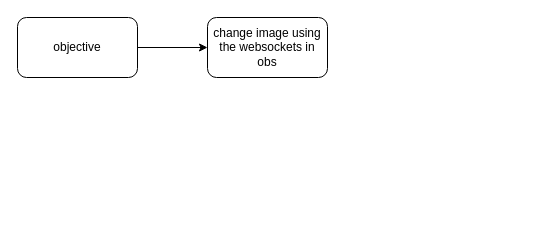
rifaterdemsahin/webSocketsObs keeps this draw.io diagram as 1_Journey/1.3.1_journey.drawio. Above is the earlier version. Source tidied: cells renumbered, new cells numbered last; positions are measured from the earlier drawing's top-left corner, leaving out a move shared by most shapes. Both pictures are drawn from the tidied source at 100%, with x=0, y=0 at pixel (17, 17).
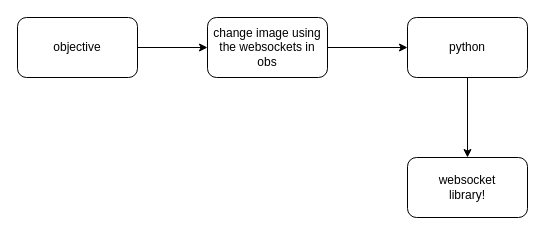
Above is the later version.

Commit message (it also covers changes not shown here):
update journey diagram to include websocket library and python integration; add new video file

The edit, as a diff of the source:
```diff
@@
 <mxGraphModel>
   <root>
     <mxCell id="0" />
     <mxCell id="1" parent="0" />
     <mxCell id="2" style="edgeStyle=none;html=1;entryX=0;entryY=0.5;entryDx=0;entryDy=0;" parent="1" edge="1" source="3" target="4">
       <mxGeometry relative="1" as="geometry" />
     </mxCell>
     <mxCell id="3" value="objective" style="rounded=1;whiteSpace=wrap;html=1;" parent="1" vertex="1">
       <mxGeometry width="120" height="60" as="geometry" />
     </mxCell>
+    <mxCell id="5" style="edgeStyle=none;html=1;" parent="1" edge="1" source="4" target="7">
+      <mxGeometry relative="1" as="geometry" />
+    </mxCell>
     <mxCell id="4" value="change image using the websockets in obs" style="rounded=1;whiteSpace=wrap;html=1;" parent="1" vertex="1">
       <mxGeometry x="190" width="120" height="60" as="geometry" />
     </mxCell>
+    <mxCell id="6" style="edgeStyle=none;html=1;" parent="1" edge="1" source="7" target="8">
+      <mxGeometry relative="1" as="geometry" />
+    </mxCell>
+    <mxCell id="7" value="python" style="whiteSpace=wrap;html=1;rounded=1;" parent="1" vertex="1">
+      <mxGeometry x="390" width="120" height="60" as="geometry" />
+    </mxCell>
+    <mxCell id="8" value="websocket&lt;br&gt;library!" style="whiteSpace=wrap;html=1;rounded=1;" parent="1" vertex="1">
+      <mxGeometry x="390" y="140" width="120" height="60" as="geometry" />
+    </mxCell>
   </root>
 </mxGraphModel>
```
